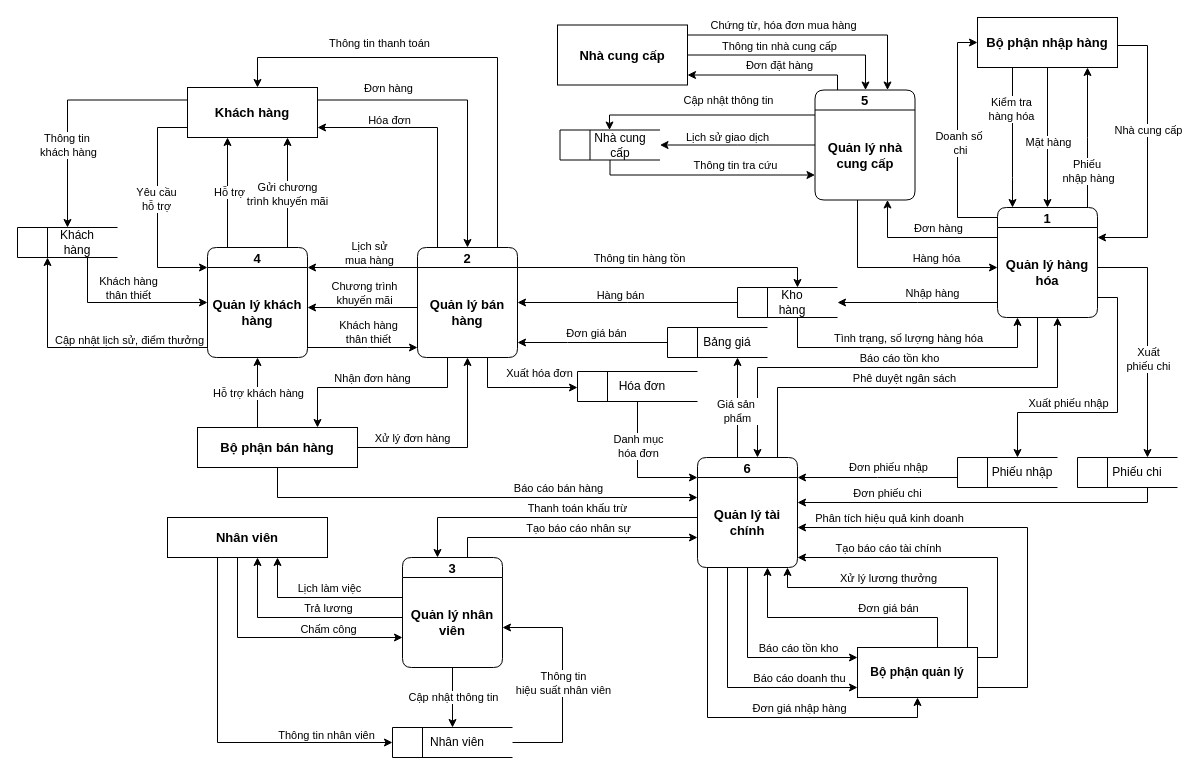
DatLe328/Phan-tich-thiet-ke-he-thong keeps this draw.io diagram as DFS dinh.drawio. Above is the earlier version. Source tidied: cells renumbered, new cells numbered last; positions are measured from the earlier drawing's top-left corner, leaving out a move shared by most shapes. Both pictures are drawn from the tidied source at 100%, with x=0, y=0 at pixel (17, 17).
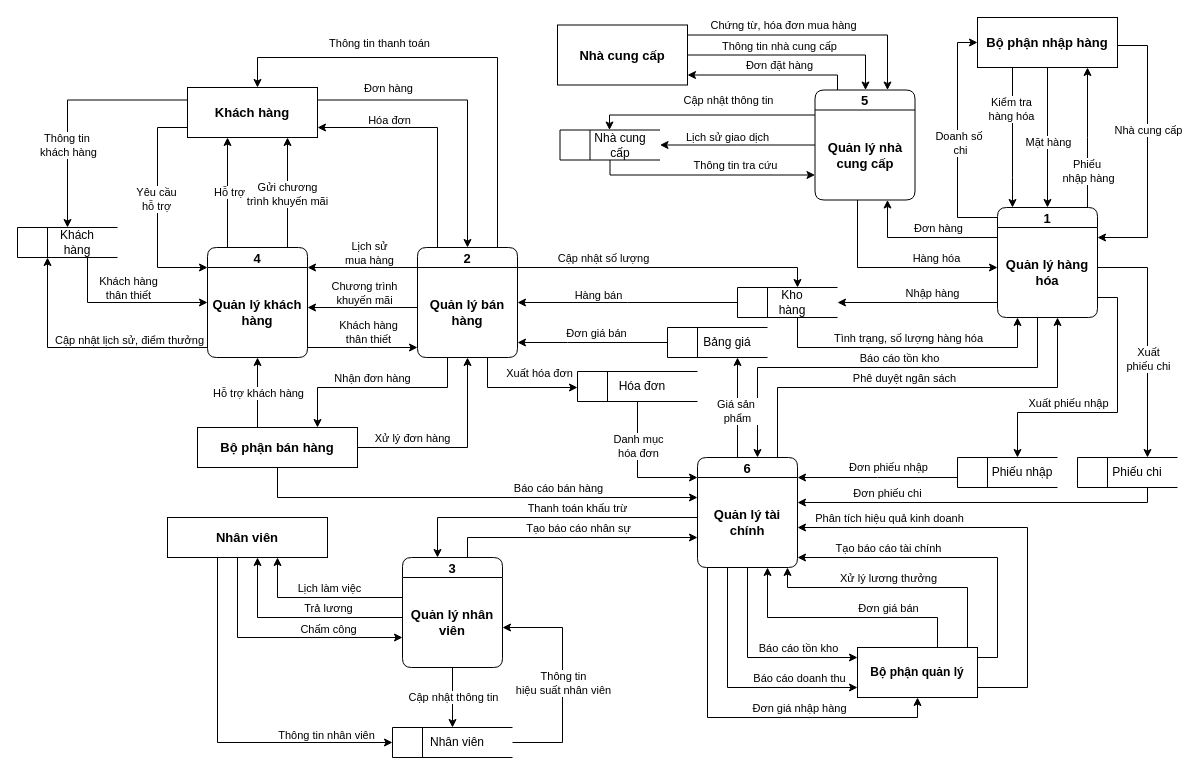
The same page after the edit.

Commit message (it also covers changes not shown here):
Cập nhật DFS dinh.drawio

The change refers to these unchanged cells:
```xml
<mxCell id="8" style="edgeStyle=orthogonalEdgeStyle;rounded=0;jettySize=auto;html=1;" parent="1" edge="1" source="10" target="57">
  <mxGeometry relative="1" as="geometry">
    <Array as="points">
      <mxPoint x="780" y="250" />
    </Array>
  </mxGeometry>
</mxCell>
<mxCell id="53" style="edgeStyle=orthogonalEdgeStyle;rounded=0;jettySize=auto;html=1;exitX=0;exitY=0.5;exitDx=0;exitDy=0;" parent="1" edge="1" source="57" target="10">
  <mxGeometry relative="1" as="geometry">
    <Array as="points">
      <mxPoint x="610" y="285" />
      <mxPoint x="610" y="285" />
    </Array>
  </mxGeometry>
</mxCell>
```

The edit, as a diff of the source:
```diff
@@
-    <mxCell id="9" value="Thông tin hàng tồn" style="edgeLabel;html=1;align=center;verticalAlign=middle;" parent="8" vertex="1">
+    <mxCell id="9" value="Cập nhật số lượng" style="edgeLabel;html=1;align=center;verticalAlign=middle;" parent="8" vertex="1">
       <mxGeometry x="-0.14" y="1" relative="1" as="geometry">
-        <mxPoint x="-8" y="-9" as="offset" />
+        <mxPoint x="-44" y="-9" as="offset" />
       </mxGeometry>
     </mxCell>
@@
     <mxCell id="54" value="Hàng bán" style="edgeLabel;html=1;align=center;verticalAlign=middle;" parent="53" vertex="1">
       <mxGeometry x="-0.01" relative="1" as="geometry">
-        <mxPoint x="-9" y="-8" as="offset" />
+        <mxPoint x="-31" y="-8" as="offset" />
       </mxGeometry>
     </mxCell>
```
